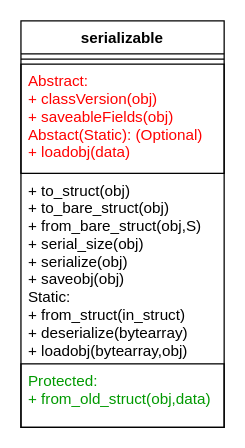
The draw.io diagram page "serializable_main_interface" (1 of 2) of documentation/diagrams/Serializable_validity.drawio in pace-neutrons/Horace, before the edit. Source tidied: cells renumbered, new cells numbered last; positions are measured from the earlier drawing's top-left corner, leaving out a move shared by most shapes. Both pictures are drawn from the tidied source at 127%, with x=0, y=0 at pixel (20, 20).
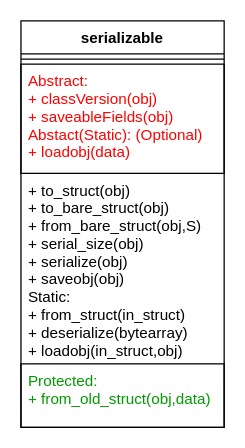
After the change.

Diff of the diagram source:
```diff
@@
 <mxGraphModel>
   <root>
     <mxCell id="0" />
     <mxCell id="1" parent="0" />
     <mxCell id="2" value="serializable" style="swimlane;fontStyle=1;align=center;verticalAlign=top;horizontal=1;startSize=26;" parent="1" vertex="1">
       <mxGeometry width="160" height="320" as="geometry" />
     </mxCell>
     <mxCell id="3" style="line;strokeWidth=1;fillColor=none;align=left;verticalAlign=middle;spacingTop=-1;spacingLeft=3;spacingRight=3;labelPosition=right;" parent="2" vertex="1">
       <mxGeometry y="26" width="160" height="8" as="geometry" />
     </mxCell>
     <mxCell id="4" value="Abstract:&#10;+ classVersion(obj)&#10;+ saveableFields(obj)&#10;Abstact(Static): (Optional)&#10;+ loadobj(data)" style="text;fillColor=none;align=left;verticalAlign=top;spacingLeft=4;spacingRight=4;overflow=hidden;fontColor=#FF0000;strokeColor=#000000;" parent="2" vertex="1">
       <mxGeometry y="34" width="160" height="86" as="geometry" />
     </mxCell>
-    <mxCell id="5" value="+ to_struct(obj)&#10;+ to_bare_struct(obj)&#10;+ from_bare_struct(obj,S)&#10;+ serial_size(obj)&#10;+ serialize(obj)&#10;+ saveobj(obj)&#10;Static:&#10;+ from_struct(in_struct)&#10;+ deserialize(bytearray)&#10;+ loadobj(bytearray,obj)&#10;" style="text;strokeColor=none;fillColor=none;align=left;verticalAlign=top;spacingLeft=4;spacingRight=4;overflow=hidden;" parent="2" vertex="1">
+    <mxCell id="5" value="+ to_struct(obj)&#10;+ to_bare_struct(obj)&#10;+ from_bare_struct(obj,S)&#10;+ serial_size(obj)&#10;+ serialize(obj)&#10;+ saveobj(obj)&#10;Static:&#10;+ from_struct(in_struct)&#10;+ deserialize(bytearray)&#10;+ loadobj(in_struct,obj)&#10;" style="text;strokeColor=none;fillColor=none;align=left;verticalAlign=top;spacingLeft=4;spacingRight=4;overflow=hidden;" parent="2" vertex="1">
       <mxGeometry y="120" width="160" height="150" as="geometry" />
     </mxCell>
     <mxCell id="6" value="Protected:&#10;+ from_old_struct(obj,data)" style="text;fillColor=none;align=left;verticalAlign=top;spacingLeft=4;spacingRight=4;overflow=hidden;strokeColor=#000000;fontColor=#009900;" parent="2" vertex="1">
       <mxGeometry y="270" width="160" height="50" as="geometry" />
     </mxCell>
   </root>
 </mxGraphModel>
```
